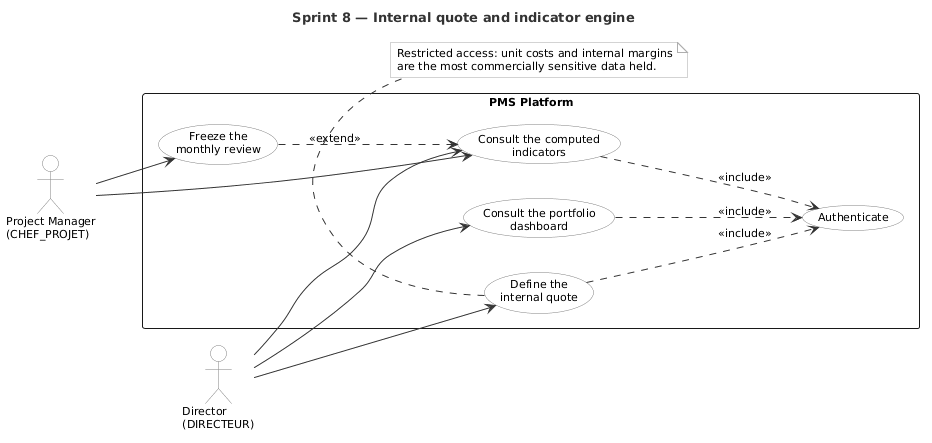
The PlantUML diagram docs/uml/sprint/uc_sprint8.png in mazenrakrouki/tekup-pms-platform, before a commit. Source of this version:
```plantuml
@startuml uc_sprint8
title Sprint 8 — Internal quote and indicator engine

left to right direction

skinparam shadowing false
skinparam packageStyle rectangle
skinparam defaultFontName Helvetica
skinparam defaultFontSize 11
skinparam actorBorderColor #808080
skinparam actorBackgroundColor #FFFFFF
skinparam usecaseBorderColor #808080
skinparam usecaseBackgroundColor #FFFFFF
skinparam ArrowColor #333333
skinparam noteBorderColor #AAAAAA
skinparam noteBackgroundColor #FAFAFA
skinparam TitleFontSize 13
skinparam TitleFontColor #333333

actor "Director\n(DIRECTEUR)"          as Dir
actor "Project Manager\n(CHEF_PROJET)" as PM

rectangle "PMS Platform" {
  usecase "Define the\ninternal quote" as UC1
  usecase "Consult the computed\nindicators" as UC2
  usecase "Freeze the\nmonthly review" as UC3
  usecase "Consult the portfolio\ndashboard" as UC4
  usecase "Authenticate" as UC0
}

Dir --> UC1
Dir --> UC2
Dir --> UC4
PM --> UC2
PM --> UC3
UC3 ..> UC2 : <<extend>>
UC1 ..> UC0 : <<include>>
UC2 ..> UC0 : <<include>>
UC4 ..> UC0 : <<include>>

note bottom of UC1
  Restricted access: unit costs and internal margins
  are the most commercially sensitive data held.
end note

@enduml
```
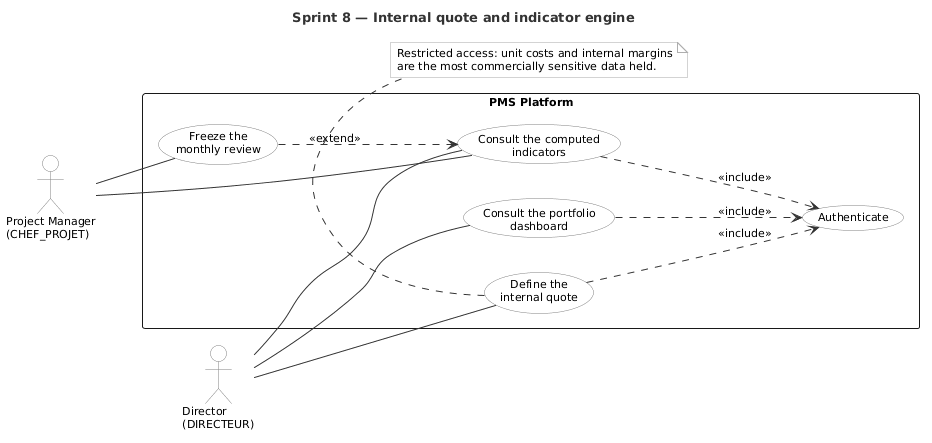
The same file after the commit.

The edit, as a diff of the source:
```diff
@@ -28,11 +28,11 @@
   usecase "Authenticate" as UC0
 }
 
-Dir --> UC1
-Dir --> UC2
-Dir --> UC4
-PM --> UC2
-PM --> UC3
+Dir -- UC1
+Dir -- UC2
+Dir -- UC4
+PM -- UC2
+PM -- UC3
 UC3 ..> UC2 : <<extend>>
 UC1 ..> UC0 : <<include>>
 UC2 ..> UC0 : <<include>>
```
